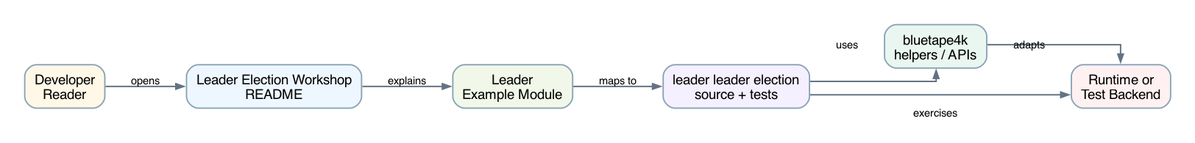
Before: docs/images/readme-diagrams/leader-leader-election-readme-architecture-01.png, a diagram exported from Graphviz (bluetape4k/bluetape4k-workshop). Its source is kept beside it as docs/images/readme-diagrams/leader-leader-election-readme-architecture-01.dot. Source of this version:
```dot
digraph G {
  graph [
    rankdir=LR,
    bgcolor="white",
    pad="0.35",
    nodesep="0.55",
    ranksep="0.75",
    splines=ortho,
    outputorder=edgesfirst
  ];
  node [
    shape=box,
    style="rounded,filled",
    penwidth=1.4,
    color="#88A3B5",
    fillcolor="#F6FAFF",
    fontname="Helvetica",
    fontsize=14,
    margin="0.14,0.10"
  ];
  edge [
    color="#637383",
    arrowsize=0.8,
    penwidth=1.5,
    fontname="Helvetica",
    fontsize=11
  ];

  reader [label="Developer\nReader", fillcolor="#FFF8E7"];
  readme [label="Leader Election Workshop\nREADME", fillcolor="#EEF7FF"];
  module [label="Leader\nExample Module", fillcolor="#F1F8E9"];
  source [label="leader leader election\nsource + tests", fillcolor="#F5F0FF"];
  bt [label="bluetape4k\nhelpers / APIs", fillcolor="#EAF7F0"];
  runtime [label="Runtime or\nTest Backend", fillcolor="#FFF1F1"];

  reader -> readme [label="opens"];
  readme -> module [label="explains"];
  module -> source [label="maps to"];
  source -> bt [label="uses"];
  source -> runtime [label="exercises"];
  bt -> runtime [label="adapts"];
}
```
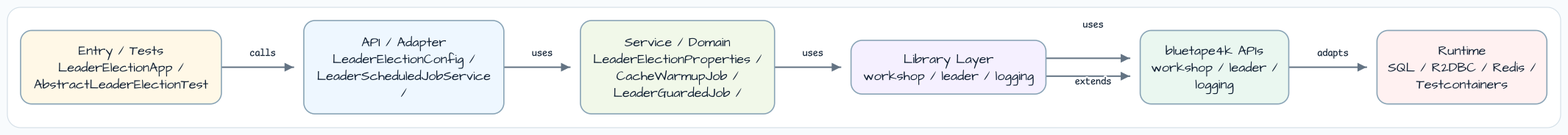
The same file after the commit.

The edit, as a diff of the source:
```diff
@@ -14,7 +14,7 @@
     penwidth=1.4,
     color="#88A3B5",
     fillcolor="#F6FAFF",
-    fontname="Helvetica",
+    fontname="Architects Daughter",
     fontsize=14,
     margin="0.14,0.10"
   ];
@@ -22,21 +22,21 @@
     color="#637383",
     arrowsize=0.8,
     penwidth=1.5,
-    fontname="Helvetica",
+    fontname="Comic Mono",
     fontsize=11
   ];
 
-  reader [label="Developer\nReader", fillcolor="#FFF8E7"];
-  readme [label="Leader Election Workshop\nREADME", fillcolor="#EEF7FF"];
-  module [label="Leader\nExample Module", fillcolor="#F1F8E9"];
-  source [label="leader leader election\nsource + tests", fillcolor="#F5F0FF"];
-  bt [label="bluetape4k\nhelpers / APIs", fillcolor="#EAF7F0"];
-  runtime [label="Runtime or\nTest Backend", fillcolor="#FFF1F1"];
+  entry [label="Entry / Tests\nLeaderElectionApp /\nAbstractLeaderElectionTest", fillcolor="#FFF8E7"];
+  api [label="API / Adapter\nLeaderElectionConfig /\nLeaderScheduledJobService\n/", fillcolor="#EEF7FF"];
+  service [label="Service / Domain\nLeaderElectionProperties /\nCacheWarmupJob /\nLeaderGuardedJob /", fillcolor="#F1F8E9"];
+  infra [label="Library Layer\nworkshop / leader / logging", fillcolor="#F5F0FF"];
+  bt [label="bluetape4k APIs\nworkshop / leader /\nlogging", fillcolor="#EAF7F0"];
+  runtime [label="Runtime\nSQL / R2DBC / Redis /\nTestcontainers", fillcolor="#FFF1F1"];
 
-  reader -> readme [label="opens"];
-  readme -> module [label="explains"];
-  module -> source [label="maps to"];
-  source -> bt [label="uses"];
-  source -> runtime [label="exercises"];
+  entry -> api [label="calls"];
+  api -> service [label="uses"];
+  service -> infra [label="uses"];
+  infra -> bt [label="uses"];
+  infra -> bt [label="extends"];
   bt -> runtime [label="adapts"];
 }
```
